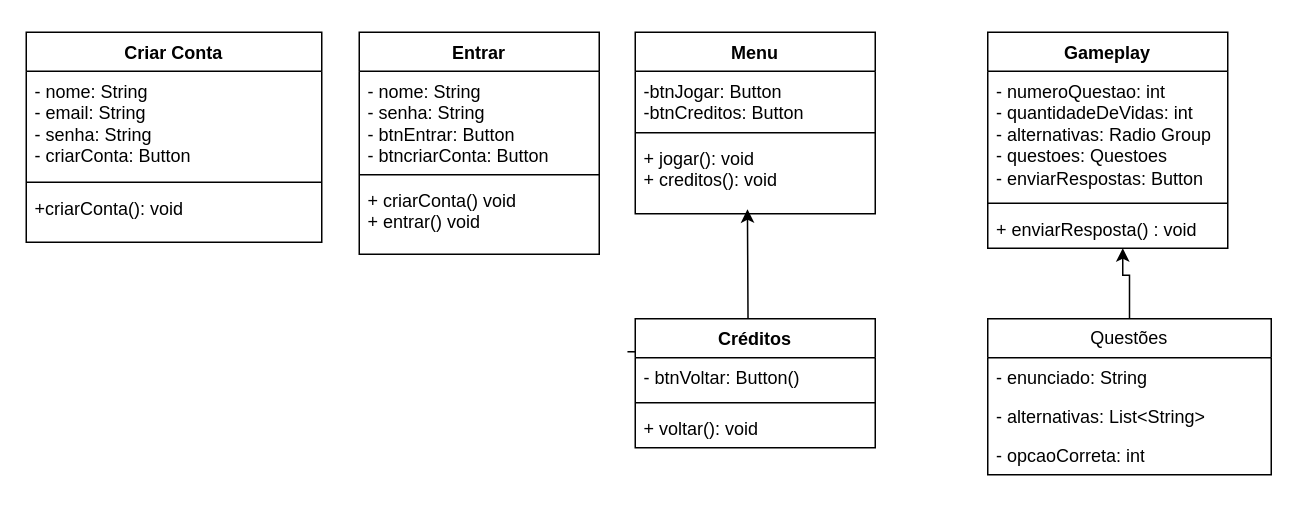
This is QuizzOds.drawio from FRgama/QuizzOds, a draw.io file, before an edit. Source tidied: cells renumbered, new cells numbered last; positions are measured from the earlier drawing's top-left corner, leaving out a move shared by most shapes. Both pictures are drawn from the tidied source at 150%, with x=0, y=0 at pixel (26, 32).
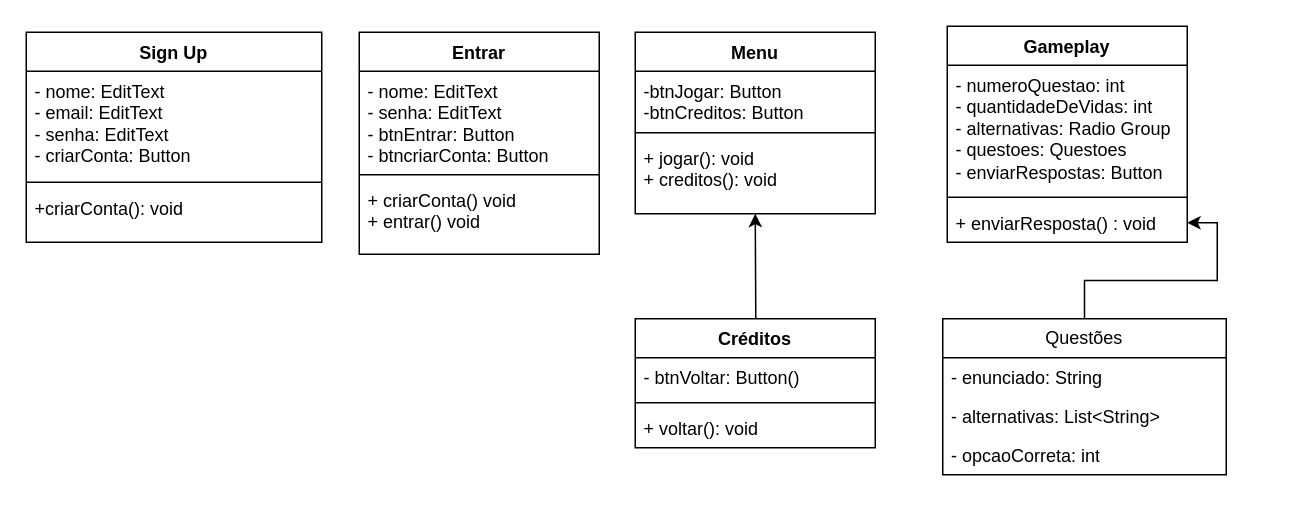
The same diagram, later.

The change refers to these unchanged cells:
```xml
<mxCell id="6" value="Entrar" style="swimlane;fontStyle=1;align=center;verticalAlign=top;horizontal=1;startSize=26;whiteSpace=wrap;html=1;" parent="1" vertex="1">
  <mxGeometry x="222" width="160" height="148" as="geometry" />
</mxCell>
<mxCell id="22" value="+ enviarResposta() : void" style="text;strokeColor=none;fillColor=none;align=left;verticalAlign=top;spacingLeft=4;spacingRight=4;overflow=hidden;points=[[0,0.5],[1,0.5]];portConstraint=eastwest;whiteSpace=wrap;html=1;" parent="19" vertex="1">
  <mxGeometry y="118" width="160" height="26" as="geometry" />
</mxCell>
```

Diff of the diagram source:
```diff
@@
-    <mxCell id="2" value="Criar Conta" style="swimlane;fontStyle=1;align=center;verticalAlign=top;horizontal=1;startSize=26;whiteSpace=wrap;html=1;" parent="1" vertex="1">
+    <mxCell id="2" value="Sign Up" style="swimlane;fontStyle=1;align=center;verticalAlign=top;horizontal=1;startSize=26;whiteSpace=wrap;html=1;" parent="1" vertex="1">
       <mxGeometry width="197" height="140" as="geometry" />
     </mxCell>
-    <mxCell id="3" value="&lt;div&gt;- nome: String&lt;/div&gt;- email: String&lt;div&gt;&lt;div&gt;- senha: String&lt;/div&gt;&lt;/div&gt;&lt;div&gt;- criarConta: Button&lt;/div&gt;" style="text;strokeColor=none;fillColor=none;align=left;verticalAlign=top;spacingLeft=4;spacingRight=4;overflow=hidden;whiteSpace=wrap;html=1;" parent="2" vertex="1">
+    <mxCell id="3" value="&lt;div&gt;- nome: EditText&lt;/div&gt;- email: EditText&lt;div&gt;&lt;div&gt;- senha: EditText&lt;/div&gt;&lt;/div&gt;&lt;div&gt;- criarConta: Button&lt;/div&gt;" style="text;strokeColor=none;fillColor=none;align=left;verticalAlign=top;spacingLeft=4;spacingRight=4;overflow=hidden;whiteSpace=wrap;html=1;" parent="2" vertex="1">
       <mxGeometry y="26" width="197" height="70" as="geometry" />
     </mxCell>
@@
-    <mxCell id="7" value="- nome: String&lt;div&gt;- senha: String&lt;/div&gt;&lt;div&gt;- btnEntrar: Button&lt;/div&gt;&lt;div&gt;- btncriarConta: Button&lt;/div&gt;" style="text;strokeColor=none;fillColor=none;align=left;verticalAlign=top;spacingLeft=4;spacingRight=4;overflow=hidden;whiteSpace=wrap;html=1;" parent="6" vertex="1">
+    <mxCell id="7" value="- nome: EditText&lt;div&gt;- senha: EditText&lt;/div&gt;&lt;div&gt;- btnEntrar: Button&lt;/div&gt;&lt;div&gt;- btncriarConta: Button&lt;/div&gt;" style="text;strokeColor=none;fillColor=none;align=left;verticalAlign=top;spacingLeft=4;spacingRight=4;overflow=hidden;whiteSpace=wrap;html=1;" parent="6" vertex="1">
       <mxGeometry y="26" width="160" height="65" as="geometry" />
     </mxCell>
@@
     <mxCell id="14" style="edgeStyle=orthogonalEdgeStyle;rounded=0;orthogonalLoop=1;jettySize=auto;html=1;" parent="1" edge="1">
       <mxGeometry relative="1" as="geometry">
-        <mxPoint x="400.8" y="213" as="sourcePoint" />
-        <mxPoint x="480.8" y="118" as="targetPoint" />
+        <mxPoint x="406" y="216" as="sourcePoint" />
+        <mxPoint x="486" y="121" as="targetPoint" />
       </mxGeometry>
     </mxCell>
@@
     <mxCell id="19" value="Gameplay" style="swimlane;fontStyle=1;align=center;verticalAlign=top;horizontal=1;startSize=26;whiteSpace=wrap;html=1;" parent="1" vertex="1">
-      <mxGeometry x="641" width="160" height="144" as="geometry" />
+      <mxGeometry x="614" y="-4" width="160" height="144" as="geometry" />
     </mxCell>
@@
     <mxCell id="23" style="edgeStyle=orthogonalEdgeStyle;rounded=0;jettySize=auto;html=1;" parent="1" edge="1" source="24" target="22">
-      <mxGeometry relative="1" as="geometry">
-        <Array as="points">
-          <mxPoint x="736" y="162" />
-          <mxPoint x="731" y="162" />
-        </Array>
-      </mxGeometry>
+      <mxGeometry relative="1" as="geometry" />
     </mxCell>
     <mxCell id="24" value="Questões" style="swimlane;fontStyle=0;horizontal=1;startSize=26;fillColor=none;whiteSpace=wrap;html=1;" parent="1" vertex="1">
-      <mxGeometry x="641" y="191" width="189" height="104" as="geometry" />
+      <mxGeometry x="611" y="191" width="189" height="104" as="geometry" />
     </mxCell>
```
